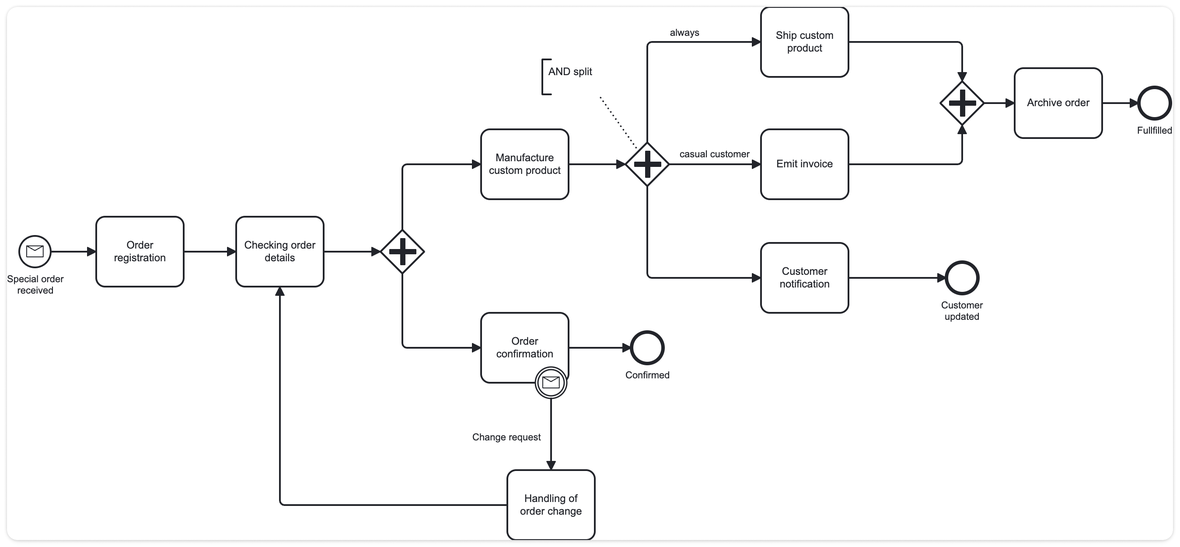
Earlier version of the BPMN export bttl/b03-bttl01/diagrams/bttl01-final.png (sam-uit/citd-IE203). Its source is kept beside it as bttl/b03-bttl01/diagrams/bttl01-final.bpmn. Ids are renumbered.
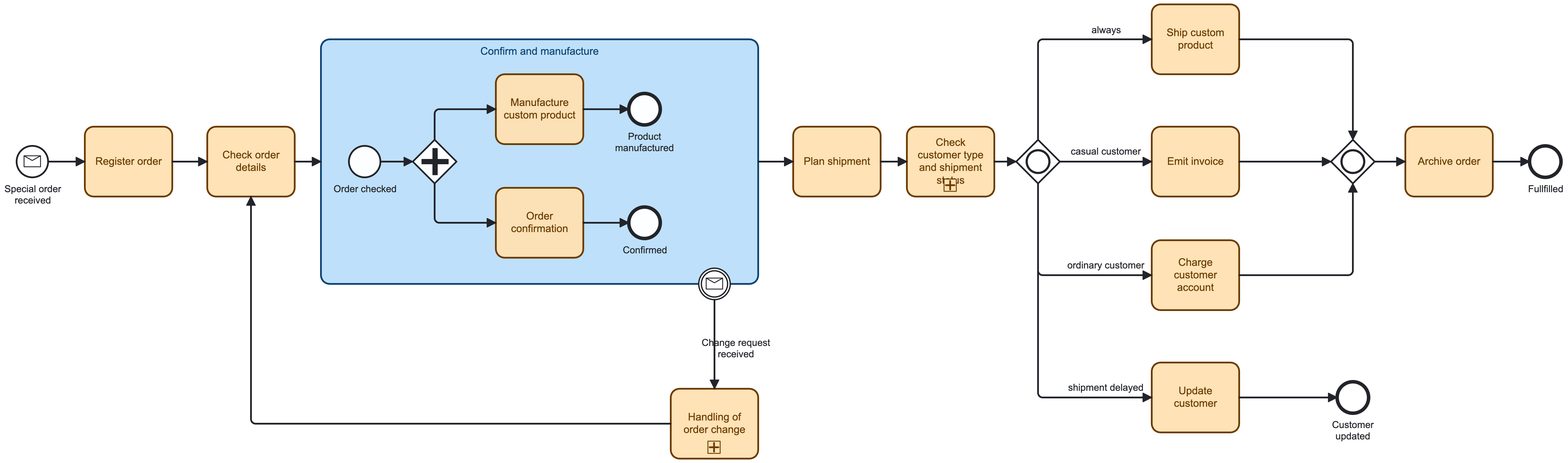
After the commit.

Change to the diagram source:
```diff
@@ -120,85 +120,87 @@
   </bpmn:process>
   <bpmndi:BPMNDiagram id="BPMNDiagram_1">
     <bpmndi:BPMNPlane id="BPMNPlane_1" bpmnElement="Process_n2">
-      <bpmndi:BPMNShape id="Activity_n44_di" bpmnElement="Activity_n44" bioc:stroke="#6b3c00" bioc:fill="#ffe0b2" color:background-color="#ffe0b2" color:border-color="#6b3c00">
-        <dc:Bounds x="1060" y="220" width="100" height="80" />
-        <bpmndi:BPMNLabel />
-      </bpmndi:BPMNShape>
-      <bpmndi:BPMNShape id="Activity_n11_di" bpmnElement="Activity_n11" bioc:stroke="#6b3c00" bioc:fill="#ffe0b2" color:background-color="#ffe0b2" color:border-color="#6b3c00">
-        <dc:Bounds x="1470" y="80" width="100" height="80" />
-        <bpmndi:BPMNLabel />
-      </bpmndi:BPMNShape>
-      <bpmndi:BPMNShape id="Activity_n15_di" bpmnElement="Activity_n15" bioc:stroke="#6b3c00" bioc:fill="#ffe0b2" color:background-color="#ffe0b2" color:border-color="#6b3c00">
-        <dc:Bounds x="1470" y="220" width="100" height="80" />
-        <bpmndi:BPMNLabel />
-      </bpmndi:BPMNShape>
-      <bpmndi:BPMNShape id="Activity_n18_di" bpmnElement="Activity_n18" bioc:stroke="#6b3c00" bioc:fill="#ffe0b2" color:background-color="#ffe0b2" color:border-color="#6b3c00">
-        <dc:Bounds x="1470" y="490" width="100" height="80" />
-        <bpmndi:BPMNLabel />
-      </bpmndi:BPMNShape>
-      <bpmndi:BPMNShape id="Event_n21_di" bpmnElement="Event_n21">
-        <dc:Bounds x="1682" y="512" width="36" height="36" />
-        <bpmndi:BPMNLabel>
-          <dc:Bounds x="1676" y="555" width="48" height="27" />
-        </bpmndi:BPMNLabel>
-      </bpmndi:BPMNShape>
-      <bpmndi:BPMNShape id="Activity_n23_di" bpmnElement="Activity_n23" bioc:stroke="#6b3c00" bioc:fill="#ffe0b2" color:background-color="#ffe0b2" color:border-color="#6b3c00">
-        <dc:Bounds x="1760" y="220" width="100" height="80" />
-        <bpmndi:BPMNLabel />
-      </bpmndi:BPMNShape>
-      <bpmndi:BPMNShape id="Event_n26_di" bpmnElement="Event_n26">
-        <dc:Bounds x="1902" y="242" width="36" height="36" />
-        <bpmndi:BPMNLabel>
-          <dc:Bounds x="1900" y="285" width="41" height="14" />
-        </bpmndi:BPMNLabel>
-      </bpmndi:BPMNShape>
-      <bpmndi:BPMNShape id="Gateway_11z4t1s_di" bpmnElement="Gateway_n14">
-        <dc:Bounds x="1315" y="235" width="50" height="50" />
-      </bpmndi:BPMNShape>
-      <bpmndi:BPMNShape id="Activity_n49_di" bpmnElement="Activity_n49" bioc:stroke="#6b3c00" bioc:fill="#ffe0b2" color:background-color="#ffe0b2" color:border-color="#6b3c00">
-        <dc:Bounds x="1470" y="350" width="100" height="80" />
-        <bpmndi:BPMNLabel />
-      </bpmndi:BPMNShape>
-      <bpmndi:BPMNShape id="Gateway_0nni4wl_di" bpmnElement="Gateway_n22">
-        <dc:Bounds x="1675" y="235" width="50" height="50" />
-      </bpmndi:BPMNShape>
-      <bpmndi:BPMNShape id="Activity_n8_di" bpmnElement="Activity_n8" bioc:stroke="#6b3c00" bioc:fill="#ffe0b2" color:background-color="#ffe0b2" color:border-color="#6b3c00">
-        <dc:Bounds x="390" y="220" width="100" height="80" />
-        <bpmndi:BPMNLabel />
-      </bpmndi:BPMNShape>
-      <bpmndi:BPMNShape id="Activity_n6_di" bpmnElement="Activity_n6" bioc:stroke="#6b3c00" bioc:fill="#ffe0b2" color:background-color="#ffe0b2" color:border-color="#6b3c00">
-        <dc:Bounds x="250" y="220" width="100" height="80" />
-        <bpmndi:BPMNLabel />
-      </bpmndi:BPMNShape>
       <bpmndi:BPMNShape id="Event_n3_di" bpmnElement="Event_n3">
         <dc:Bounds x="172" y="242" width="36" height="36" />
         <bpmndi:BPMNLabel>
           <dc:Bounds x="158" y="285" width="65" height="27" />
         </bpmndi:BPMNLabel>
       </bpmndi:BPMNShape>
-      <bpmndi:BPMNShape id="Activity_n46_di" bpmnElement="Activity_n46" bioc:stroke="#6b3c00" bioc:fill="#ffe0b2" color:background-color="#ffe0b2" color:border-color="#6b3c00">
-        <dc:Bounds x="1190" y="220" width="100" height="80" />
+      <bpmndi:BPMNShape id="Activity_n6_di" bpmnElement="Activity_n6" bioc:stroke="#6b3c00" bioc:fill="#ffe0b2" color:background-color="#ffe0b2" color:border-color="#6b3c00">
+        <dc:Bounds x="250" y="220" width="100" height="80" />
         <bpmndi:BPMNLabel />
       </bpmndi:BPMNShape>
+      <bpmndi:BPMNShape id="Activity_n8_di" bpmnElement="Activity_n8" bioc:stroke="#6b3c00" bioc:fill="#ffe0b2" color:background-color="#ffe0b2" color:border-color="#6b3c00">
+        <dc:Bounds x="390" y="220" width="100" height="80" />
+        <bpmndi:BPMNLabel />
+      </bpmndi:BPMNShape>
+      <bpmndi:BPMNShape id="Activity_n44_di" bpmnElement="Activity_n44" bioc:stroke="#6b3c00" bioc:fill="#ffe0b2" color:background-color="#ffe0b2" color:border-color="#6b3c00">
+        <dc:Bounds x="1000" y="220" width="100" height="80" />
+        <bpmndi:BPMNLabel />
+      </bpmndi:BPMNShape>
+      <bpmndi:BPMNShape id="Activity_n11_di" bpmnElement="Activity_n11" bioc:stroke="#6b3c00" bioc:fill="#ffe0b2" color:background-color="#ffe0b2" color:border-color="#6b3c00">
+        <dc:Bounds x="1410" y="80" width="100" height="80" />
+        <bpmndi:BPMNLabel />
+      </bpmndi:BPMNShape>
+      <bpmndi:BPMNShape id="Activity_n15_di" bpmnElement="Activity_n15" bioc:stroke="#6b3c00" bioc:fill="#ffe0b2" color:background-color="#ffe0b2" color:border-color="#6b3c00">
+        <dc:Bounds x="1410" y="220" width="100" height="80" />
+        <bpmndi:BPMNLabel />
+      </bpmndi:BPMNShape>
+      <bpmndi:BPMNShape id="Activity_n18_di" bpmnElement="Activity_n18" bioc:stroke="#6b3c00" bioc:fill="#ffe0b2" color:background-color="#ffe0b2" color:border-color="#6b3c00">
+        <dc:Bounds x="1410" y="490" width="100" height="80" />
+        <bpmndi:BPMNLabel />
+      </bpmndi:BPMNShape>
+      <bpmndi:BPMNShape id="Event_n21_di" bpmnElement="Event_n21">
+        <dc:Bounds x="1622" y="512" width="36" height="36" />
+        <bpmndi:BPMNLabel>
+          <dc:Bounds x="1616" y="555" width="48" height="27" />
+        </bpmndi:BPMNLabel>
+      </bpmndi:BPMNShape>
+      <bpmndi:BPMNShape id="Activity_n23_di" bpmnElement="Activity_n23" bioc:stroke="#6b3c00" bioc:fill="#ffe0b2" color:background-color="#ffe0b2" color:border-color="#6b3c00">
+        <dc:Bounds x="1700" y="220" width="100" height="80" />
+        <bpmndi:BPMNLabel />
+      </bpmndi:BPMNShape>
+      <bpmndi:BPMNShape id="Event_n26_di" bpmnElement="Event_n26">
+        <dc:Bounds x="1842" y="242" width="36" height="36" />
+        <bpmndi:BPMNLabel>
+          <dc:Bounds x="1840" y="285" width="41" height="14" />
+        </bpmndi:BPMNLabel>
+      </bpmndi:BPMNShape>
+      <bpmndi:BPMNShape id="Gateway_11z4t1s_di" bpmnElement="Gateway_n14">
+        <dc:Bounds x="1255" y="235" width="50" height="50" />
+      </bpmndi:BPMNShape>
+      <bpmndi:BPMNShape id="Activity_n49_di" bpmnElement="Activity_n49" bioc:stroke="#6b3c00" bioc:fill="#ffe0b2" color:background-color="#ffe0b2" color:border-color="#6b3c00">
+        <dc:Bounds x="1410" y="350" width="100" height="80" />
+        <bpmndi:BPMNLabel />
+      </bpmndi:BPMNShape>
+      <bpmndi:BPMNShape id="Gateway_0nni4wl_di" bpmnElement="Gateway_n22">
+        <dc:Bounds x="1615" y="235" width="50" height="50" />
+      </bpmndi:BPMNShape>
       <bpmndi:BPMNShape id="Activity_n28_di" bpmnElement="Activity_n28" isExpanded="true" bioc:stroke="#0d4372" bioc:fill="#bbdefb" color:background-color="#bbdefb" color:border-color="#0d4372">
-        <dc:Bounds x="520" y="120" width="500" height="280" />
+        <dc:Bounds x="520" y="120" width="450" height="280" />
+        <bpmndi:BPMNLabel />
+      </bpmndi:BPMNShape>
+      <bpmndi:BPMNShape id="Event_n33_di" bpmnElement="Event_n33">
+        <dc:Bounds x="552" y="242" width="36" height="36" />
+        <bpmndi:BPMNLabel>
+          <dc:Bounds x="534" y="285" width="73" height="14" />
+        </bpmndi:BPMNLabel>
+      </bpmndi:BPMNShape>
+      <bpmndi:BPMNShape id="Gateway_n35_di" bpmnElement="Gateway_n35">
+        <dc:Bounds x="625" y="235" width="50" height="50" />
+      </bpmndi:BPMNShape>
+      <bpmndi:BPMNShape id="Activity_n38_di" bpmnElement="Activity_n38" bioc:stroke="#6b3c00" bioc:fill="#ffe0b2" color:background-color="#ffe0b2" color:border-color="#6b3c00">
+        <dc:Bounds x="720" y="160" width="100" height="80" />
         <bpmndi:BPMNLabel />
       </bpmndi:BPMNShape>
       <bpmndi:BPMNShape id="Activity_n40_di" bpmnElement="Activity_n40" bioc:stroke="#6b3c00" bioc:fill="#ffe0b2" color:background-color="#ffe0b2" color:border-color="#6b3c00">
         <dc:Bounds x="720" y="290" width="100" height="80" />
         <bpmndi:BPMNLabel />
       </bpmndi:BPMNShape>
-      <bpmndi:BPMNShape id="Activity_n38_di" bpmnElement="Activity_n38" bioc:stroke="#6b3c00" bioc:fill="#ffe0b2" color:background-color="#ffe0b2" color:border-color="#6b3c00">
-        <dc:Bounds x="720" y="160" width="100" height="80" />
-        <bpmndi:BPMNLabel />
-      </bpmndi:BPMNShape>
-      <bpmndi:BPMNShape id="Gateway_n35_di" bpmnElement="Gateway_n35">
-        <dc:Bounds x="625" y="235" width="50" height="50" />
-      </bpmndi:BPMNShape>
-      <bpmndi:BPMNShape id="Event_n33_di" bpmnElement="Event_n33">
-        <dc:Bounds x="552" y="242" width="36" height="36" />
+      <bpmndi:BPMNShape id="Event_n42_di" bpmnElement="Event_n42">
+        <dc:Bounds x="872" y="312" width="36" height="36" />
         <bpmndi:BPMNLabel>
-          <dc:Bounds x="534" y="285" width="73" height="14" />
+          <dc:Bounds x="865" y="355" width="51" height="14" />
         </bpmndi:BPMNLabel>
       </bpmndi:BPMNShape>
       <bpmndi:BPMNShape id="Event_n43_di" bpmnElement="Event_n43">
@@ -207,132 +209,130 @@
           <dc:Bounds x="856" y="225" width="68" height="27" />
         </bpmndi:BPMNLabel>
       </bpmndi:BPMNShape>
-      <bpmndi:BPMNShape id="Event_n42_di" bpmnElement="Event_n42">
-        <dc:Bounds x="872" y="312" width="36" height="36" />
-        <bpmndi:BPMNLabel>
-          <dc:Bounds x="865" y="355" width="51" height="14" />
-        </bpmndi:BPMNLabel>
-      </bpmndi:BPMNShape>
-      <bpmndi:BPMNEdge id="Flow_n37_di" bpmnElement="Flow_n37">
-        <di:waypoint x="650" y="285" />
-        <di:waypoint x="650" y="330" />
-        <di:waypoint x="720" y="330" />
-      </bpmndi:BPMNEdge>
-      <bpmndi:BPMNEdge id="Flow_n41_di" bpmnElement="Flow_n41">
-        <di:waypoint x="820" y="330" />
-        <di:waypoint x="872" y="330" />
+      <bpmndi:BPMNEdge id="Flow_n34_di" bpmnElement="Flow_n34">
+        <di:waypoint x="588" y="260" />
+        <di:waypoint x="625" y="260" />
       </bpmndi:BPMNEdge>
       <bpmndi:BPMNEdge id="Flow_n36_di" bpmnElement="Flow_n36">
         <di:waypoint x="650" y="235" />
         <di:waypoint x="650" y="200" />
         <di:waypoint x="720" y="200" />
       </bpmndi:BPMNEdge>
+      <bpmndi:BPMNEdge id="Flow_n37_di" bpmnElement="Flow_n37">
+        <di:waypoint x="650" y="285" />
+        <di:waypoint x="650" y="330" />
+        <di:waypoint x="720" y="330" />
+      </bpmndi:BPMNEdge>
       <bpmndi:BPMNEdge id="Flow_n39_di" bpmnElement="Flow_n39">
         <di:waypoint x="820" y="200" />
         <di:waypoint x="872" y="200" />
       </bpmndi:BPMNEdge>
-      <bpmndi:BPMNEdge id="Flow_n34_di" bpmnElement="Flow_n34">
-        <di:waypoint x="588" y="260" />
-        <di:waypoint x="625" y="260" />
+      <bpmndi:BPMNEdge id="Flow_n41_di" bpmnElement="Flow_n41">
+        <di:waypoint x="820" y="330" />
+        <di:waypoint x="872" y="330" />
       </bpmndi:BPMNEdge>
       <bpmndi:BPMNShape id="Activity_15zubnq_di" bpmnElement="Activity_n31" bioc:stroke="#6b3c00" bioc:fill="#ffe0b2" color:background-color="#ffe0b2" color:border-color="#6b3c00">
-        <dc:Bounds x="920" y="520" width="100" height="80" />
+        <dc:Bounds x="875" y="490" width="100" height="80" />
+      </bpmndi:BPMNShape>
+      <bpmndi:BPMNShape id="Activity_n46_di" bpmnElement="Activity_n46" bioc:stroke="#6b3c00" bioc:fill="#ffe0b2" color:background-color="#ffe0b2" color:border-color="#6b3c00">
+        <dc:Bounds x="1130" y="220" width="100" height="80" />
+        <bpmndi:BPMNLabel />
       </bpmndi:BPMNShape>
       <bpmndi:BPMNShape id="Event_1a84zlu_di" bpmnElement="Event_n27">
-        <dc:Bounds x="952" y="382" width="36" height="36" />
+        <dc:Bounds x="907" y="382" width="36" height="36" />
       </bpmndi:BPMNShape>
-      <bpmndi:BPMNEdge id="Flow_n32_di" bpmnElement="Flow_n32">
-        <di:waypoint x="1020" y="260" />
-        <di:waypoint x="1060" y="260" />
-      </bpmndi:BPMNEdge>
-      <bpmndi:BPMNEdge id="Flow_n45_di" bpmnElement="Flow_n45">
-        <di:waypoint x="1160" y="260" />
-        <di:waypoint x="1190" y="260" />
-      </bpmndi:BPMNEdge>
-      <bpmndi:BPMNEdge id="Flow_n12_di" bpmnElement="Flow_n12">
-        <di:waypoint x="1340" y="235" />
-        <di:waypoint x="1340" y="120" />
-        <di:waypoint x="1470" y="120" />
-        <bpmndi:BPMNLabel>
-          <dc:Bounds x="1401" y="103" width="34" height="14" />
-        </bpmndi:BPMNLabel>
-      </bpmndi:BPMNEdge>
-      <bpmndi:BPMNEdge id="Flow_n13_di" bpmnElement="Flow_n13">
-        <di:waypoint x="1570" y="120" />
-        <di:waypoint x="1700" y="120" />
-        <di:waypoint x="1700" y="235" />
-      </bpmndi:BPMNEdge>
-      <bpmndi:BPMNEdge id="Flow_n16_di" bpmnElement="Flow_n16">
-        <di:waypoint x="1365" y="260" />
-        <di:waypoint x="1470" y="260" />
-        <bpmndi:BPMNLabel>
-          <dc:Bounds x="1377" y="242" width="81" height="14" />
-        </bpmndi:BPMNLabel>
-      </bpmndi:BPMNEdge>
-      <bpmndi:BPMNEdge id="Flow_n17_di" bpmnElement="Flow_n17">
-        <di:waypoint x="1570" y="260" />
-        <di:waypoint x="1675" y="260" />
-      </bpmndi:BPMNEdge>
-      <bpmndi:BPMNEdge id="Flow_n19_di" bpmnElement="Flow_n19">
-        <di:waypoint x="1340" y="285" />
-        <di:waypoint x="1340" y="530" />
-        <di:waypoint x="1470" y="530" />
-        <bpmndi:BPMNLabel>
-          <dc:Bounds x="1374" y="512.5" width="87" height="14" />
-        </bpmndi:BPMNLabel>
-      </bpmndi:BPMNEdge>
-      <bpmndi:BPMNEdge id="Flow_n20_di" bpmnElement="Flow_n20">
-        <di:waypoint x="1570" y="530" />
-        <di:waypoint x="1682" y="530" />
-      </bpmndi:BPMNEdge>
-      <bpmndi:BPMNEdge id="Flow_n24_di" bpmnElement="Flow_n24">
-        <di:waypoint x="1725" y="260" />
-        <di:waypoint x="1760" y="260" />
-      </bpmndi:BPMNEdge>
-      <bpmndi:BPMNEdge id="Flow_n25_di" bpmnElement="Flow_n25">
-        <di:waypoint x="1860" y="260" />
-        <di:waypoint x="1902" y="260" />
-      </bpmndi:BPMNEdge>
-      <bpmndi:BPMNEdge id="Flow_n47_di" bpmnElement="Flow_n47">
-        <di:waypoint x="1290" y="260" />
-        <di:waypoint x="1315" y="260" />
-      </bpmndi:BPMNEdge>
-      <bpmndi:BPMNEdge id="Flow_n48_di" bpmnElement="Flow_n48">
-        <di:waypoint x="1340" y="285" />
-        <di:waypoint x="1340" y="390" />
-        <di:waypoint x="1470" y="390" />
-        <bpmndi:BPMNLabel>
-          <dc:Bounds x="1373" y="372.5" width="89" height="14" />
-        </bpmndi:BPMNLabel>
-      </bpmndi:BPMNEdge>
-      <bpmndi:BPMNEdge id="Flow_n50_di" bpmnElement="Flow_n50">
-        <di:waypoint x="1570" y="390" />
-        <di:waypoint x="1700" y="390" />
-        <di:waypoint x="1700" y="285" />
+      <bpmndi:BPMNEdge id="Flow_n4_di" bpmnElement="Flow_n4">
+        <di:waypoint x="208" y="260" />
+        <di:waypoint x="250" y="260" />
       </bpmndi:BPMNEdge>
       <bpmndi:BPMNEdge id="Flow_n7_di" bpmnElement="Flow_n7">
         <di:waypoint x="350" y="260" />
         <di:waypoint x="390" y="260" />
       </bpmndi:BPMNEdge>
+      <bpmndi:BPMNEdge id="Flow_n29_di" bpmnElement="Flow_n29">
+        <di:waypoint x="925" y="418" />
+        <di:waypoint x="925" y="490" />
+        <bpmndi:BPMNLabel>
+          <dc:Bounds x="901" y="449" width="79" height="27" />
+        </bpmndi:BPMNLabel>
+      </bpmndi:BPMNEdge>
       <bpmndi:BPMNEdge id="Flow_n9_di" bpmnElement="Flow_n9">
-        <di:waypoint x="920" y="560" />
-        <di:waypoint x="440" y="560" />
+        <di:waypoint x="875" y="530" />
+        <di:waypoint x="440" y="530" />
         <di:waypoint x="440" y="300" />
       </bpmndi:BPMNEdge>
       <bpmndi:BPMNEdge id="Flow_n10_di" bpmnElement="Flow_n10">
         <di:waypoint x="490" y="260" />
         <di:waypoint x="520" y="260" />
       </bpmndi:BPMNEdge>
-      <bpmndi:BPMNEdge id="Flow_n4_di" bpmnElement="Flow_n4">
-        <di:waypoint x="208" y="260" />
-        <di:waypoint x="250" y="260" />
+      <bpmndi:BPMNEdge id="Flow_n32_di" bpmnElement="Flow_n32">
+        <di:waypoint x="970" y="260" />
+        <di:waypoint x="1000" y="260" />
       </bpmndi:BPMNEdge>
-      <bpmndi:BPMNEdge id="Flow_n29_di" bpmnElement="Flow_n29">
-        <di:waypoint x="970" y="418" />
-        <di:waypoint x="970" y="520" />
+      <bpmndi:BPMNEdge id="Flow_n45_di" bpmnElement="Flow_n45">
+        <di:waypoint x="1100" y="260" />
+        <di:waypoint x="1130" y="260" />
+      </bpmndi:BPMNEdge>
+      <bpmndi:BPMNEdge id="Flow_n47_di" bpmnElement="Flow_n47">
+        <di:waypoint x="1230" y="260" />
+        <di:waypoint x="1255" y="260" />
+      </bpmndi:BPMNEdge>
+      <bpmndi:BPMNEdge id="Flow_n12_di" bpmnElement="Flow_n12">
+        <di:waypoint x="1280" y="235" />
+        <di:waypoint x="1280" y="120" />
+        <di:waypoint x="1410" y="120" />
         <bpmndi:BPMNLabel>
-          <dc:Bounds x="955" y="461" width="79" height="27" />
+          <dc:Bounds x="1341" y="103" width="34" height="14" />
         </bpmndi:BPMNLabel>
+      </bpmndi:BPMNEdge>
+      <bpmndi:BPMNEdge id="Flow_n13_di" bpmnElement="Flow_n13">
+        <di:waypoint x="1510" y="120" />
+        <di:waypoint x="1640" y="120" />
+        <di:waypoint x="1640" y="235" />
+      </bpmndi:BPMNEdge>
+      <bpmndi:BPMNEdge id="Flow_n16_di" bpmnElement="Flow_n16">
+        <di:waypoint x="1305" y="260" />
+        <di:waypoint x="1410" y="260" />
+        <bpmndi:BPMNLabel>
+          <dc:Bounds x="1317" y="242" width="81" height="14" />
+        </bpmndi:BPMNLabel>
+      </bpmndi:BPMNEdge>
+      <bpmndi:BPMNEdge id="Flow_n17_di" bpmnElement="Flow_n17">
+        <di:waypoint x="1510" y="260" />
+        <di:waypoint x="1615" y="260" />
+      </bpmndi:BPMNEdge>
+      <bpmndi:BPMNEdge id="Flow_n19_di" bpmnElement="Flow_n19">
+        <di:waypoint x="1280" y="285" />
+        <di:waypoint x="1280" y="530" />
+        <di:waypoint x="1410" y="530" />
+        <bpmndi:BPMNLabel>
+          <dc:Bounds x="1314" y="513" width="87" height="14" />
+        </bpmndi:BPMNLabel>
+      </bpmndi:BPMNEdge>
+      <bpmndi:BPMNEdge id="Flow_n20_di" bpmnElement="Flow_n20">
+        <di:waypoint x="1510" y="530" />
+        <di:waypoint x="1622" y="530" />
+      </bpmndi:BPMNEdge>
+      <bpmndi:BPMNEdge id="Flow_n24_di" bpmnElement="Flow_n24">
+        <di:waypoint x="1665" y="260" />
+        <di:waypoint x="1700" y="260" />
+      </bpmndi:BPMNEdge>
+      <bpmndi:BPMNEdge id="Flow_n25_di" bpmnElement="Flow_n25">
+        <di:waypoint x="1800" y="260" />
+        <di:waypoint x="1842" y="260" />
+      </bpmndi:BPMNEdge>
+      <bpmndi:BPMNEdge id="Flow_n48_di" bpmnElement="Flow_n48">
+        <di:waypoint x="1280" y="285" />
+        <di:waypoint x="1280" y="390" />
+        <di:waypoint x="1410" y="390" />
+        <bpmndi:BPMNLabel>
+          <dc:Bounds x="1313" y="373" width="89" height="14" />
+        </bpmndi:BPMNLabel>
+      </bpmndi:BPMNEdge>
+      <bpmndi:BPMNEdge id="Flow_n50_di" bpmnElement="Flow_n50">
+        <di:waypoint x="1510" y="390" />
+        <di:waypoint x="1640" y="390" />
+        <di:waypoint x="1640" y="285" />
       </bpmndi:BPMNEdge>
     </bpmndi:BPMNPlane>
   </bpmndi:BPMNDiagram>
```
